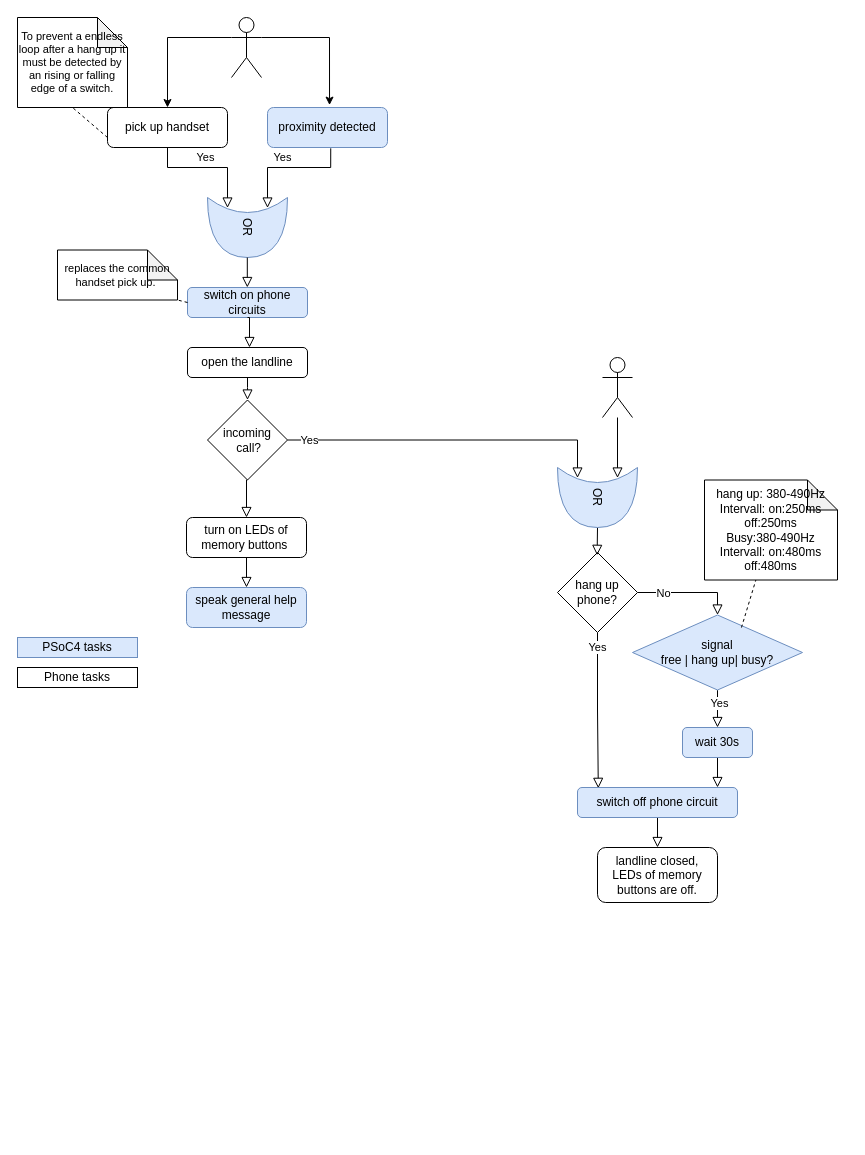
Before: doc/Speak2meFlow.drawio in myslide/speak2me, a draw.io diagram. Source tidied: cells renumbered, new cells numbered last; positions are measured from the earlier drawing's top-left corner, leaving out a move shared by most shapes. Both pictures are drawn from the tidied source at 100%, with x=0, y=0 at pixel (17, 17).
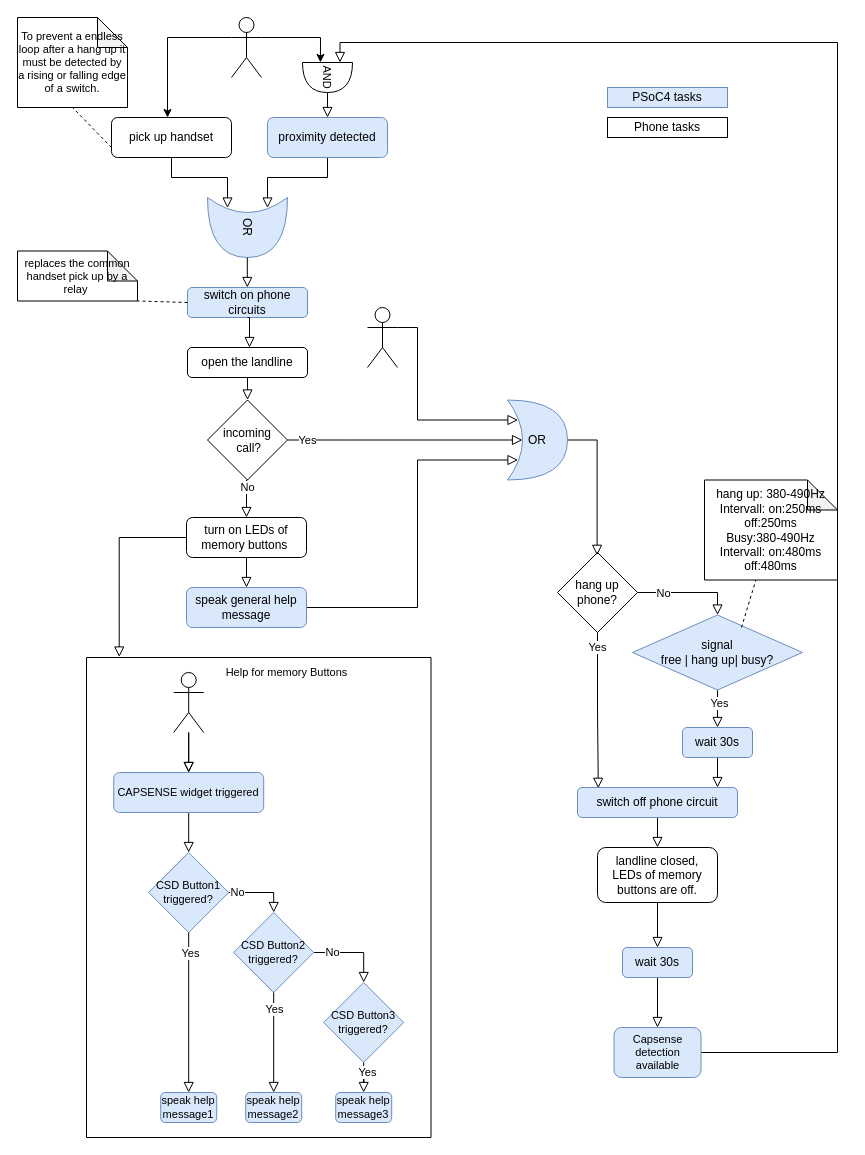
The same page after the edit.

Unchanged cells that the change refers to:
```xml
<mxCell id="4" value="&lt;div&gt;OR&lt;/div&gt;" style="shape=xor;whiteSpace=wrap;html=1;rotation=90;fillColor=#dae8fc;strokeColor=#6c8ebf;" parent="1" vertex="1">
  <mxGeometry x="200" y="170" width="60" height="80" as="geometry" />
</mxCell>
<mxCell id="5" value="speak general help message" style="rounded=1;whiteSpace=wrap;html=1;fillColor=#dae8fc;strokeColor=#6c8ebf;" parent="1" vertex="1">
  <mxGeometry x="169" y="570" width="120" height="40" as="geometry" />
</mxCell>
<mxCell id="14" value="turn on LEDs of memory buttons&amp;nbsp;" style="rounded=1;whiteSpace=wrap;html=1;" parent="1" vertex="1">
  <mxGeometry x="169" y="500" width="120" height="40" as="geometry" />
</mxCell>
<mxCell id="33" style="shape=umlActor;verticalLabelPosition=bottom;verticalAlign=top;html=1;outlineConnect=0;" parent="1" vertex="1">
  <mxGeometry x="214" width="30" height="60" as="geometry" />
</mxCell>
<mxCell id="36" value="&lt;div&gt;landline closed, &lt;br&gt;&lt;/div&gt;&lt;div&gt;LEDs of memory buttons are off.&lt;/div&gt;" style="rounded=1;whiteSpace=wrap;html=1;" parent="1" vertex="1">
  <mxGeometry x="580" y="830" width="120" height="55" as="geometry" />
</mxCell>
<mxCell id="41" value="&lt;div&gt;incoming&lt;/div&gt;&lt;div&gt;&amp;nbsp;call?&lt;/div&gt;" style="rhombus;whiteSpace=wrap;html=1;" parent="1" vertex="1">
  <mxGeometry x="190" y="382.5" width="80" height="80" as="geometry" />
</mxCell>
```

Change to the diagram source:
```diff
@@
+    <mxCell id="8" style="edgeStyle=orthogonalEdgeStyle;shape=connector;rounded=0;jettySize=auto;html=1;exitX=0.5;exitY=1;exitDx=0;exitDy=0;entryX=0.175;entryY=0.75;entryDx=0;entryDy=0;entryPerimeter=0;shadow=0;labelBackgroundColor=none;strokeColor=default;strokeWidth=1;fontFamily=Helvetica;fontSize=11;fontColor=default;endArrow=block;endFill=0;endSize=8;" parent="1" edge="1" source="2" target="4">
+      <mxGeometry relative="1" as="geometry" />
+    </mxCell>
     <mxCell id="2" value="pick up handset" style="rounded=1;whiteSpace=wrap;html=1;fontSize=12;glass=0;strokeWidth=1;shadow=0;" parent="1" vertex="1">
-      <mxGeometry x="90" y="90" width="120" height="40" as="geometry" />
+      <mxGeometry x="94" y="100" width="120" height="40" as="geometry" />
     </mxCell>
@@
+    <mxCell id="47" style="edgeStyle=orthogonalEdgeStyle;shape=connector;rounded=0;jettySize=auto;html=1;entryX=0.175;entryY=0.75;entryDx=0;entryDy=0;entryPerimeter=0;shadow=0;labelBackgroundColor=default;strokeColor=default;strokeWidth=1;fontFamily=Helvetica;fontSize=11;fontColor=default;endArrow=block;endFill=0;endSize=8;" parent="1" edge="1" source="5" target="44">
+      <mxGeometry relative="1" as="geometry">
+        <Array as="points">
+          <mxPoint x="400" y="590" />
+          <mxPoint x="400" y="443" />
+          <mxPoint x="500" y="443" />
+        </Array>
+      </mxGeometry>
+    </mxCell>
@@
+    <mxCell id="9" style="edgeStyle=orthogonalEdgeStyle;shape=connector;rounded=0;jettySize=auto;html=1;exitX=0.5;exitY=1;exitDx=0;exitDy=0;entryX=0.175;entryY=0.25;entryDx=0;entryDy=0;entryPerimeter=0;shadow=0;labelBackgroundColor=none;strokeColor=default;strokeWidth=1;fontFamily=Helvetica;fontSize=11;fontColor=default;endArrow=block;endFill=0;endSize=8;" parent="1" edge="1" source="6" target="4">
+      <mxGeometry relative="1" as="geometry" />
+    </mxCell>
     <mxCell id="6" value="proximity detected" style="rounded=1;whiteSpace=wrap;html=1;fillColor=#dae8fc;strokeColor=#6c8ebf;" parent="1" vertex="1">
-      <mxGeometry x="250" y="90" width="120" height="40" as="geometry" />
+      <mxGeometry x="250" y="100" width="120" height="40" as="geometry" />
     </mxCell>
@@
-    <mxCell id="8" value="Yes" style="rounded=0;html=1;jettySize=auto;fontSize=11;endArrow=block;endFill=0;endSize=8;strokeWidth=1;shadow=0;labelBackgroundColor=none;edgeStyle=orthogonalEdgeStyle;entryX=0.175;entryY=0.75;entryDx=0;entryDy=0;entryPerimeter=0;exitX=0.5;exitY=1;exitDx=0;exitDy=0;" parent="1" edge="1" source="2" target="4">
-      <mxGeometry x="-0.03" y="10" relative="1" as="geometry">
-        <Array as="points">
-          <mxPoint x="150" y="150" />
-          <mxPoint x="210" y="150" />
-        </Array>
-      </mxGeometry>
-    </mxCell>
-    <mxCell id="9" value="Yes" style="rounded=0;html=1;jettySize=auto;fontSize=11;endArrow=block;endFill=0;endSize=8;strokeWidth=1;shadow=0;labelBackgroundColor=none;edgeStyle=orthogonalEdgeStyle;entryX=0.175;entryY=0.25;entryDx=0;entryDy=0;entryPerimeter=0;exitX=0.527;exitY=1.02;exitDx=0;exitDy=0;exitPerimeter=0;" parent="1" edge="1" source="6" target="4">
-      <mxGeometry x="0.09" y="-10" relative="1" as="geometry">
-        <Array as="points">
-          <mxPoint x="313" y="150" />
-          <mxPoint x="250" y="150" />
-        </Array>
-      </mxGeometry>
-    </mxCell>
@@
+    <mxCell id="48" style="edgeStyle=orthogonalEdgeStyle;shape=connector;rounded=0;jettySize=auto;html=1;exitX=0;exitY=0.5;exitDx=0;exitDy=0;entryX=0.095;entryY=-0.001;entryDx=0;entryDy=0;entryPerimeter=0;shadow=0;labelBackgroundColor=default;strokeColor=default;strokeWidth=1;fontFamily=Helvetica;fontSize=11;fontColor=default;endArrow=block;endFill=0;endSize=8;" parent="1" edge="1" source="14" target="50">
+      <mxGeometry relative="1" as="geometry">
+        <Array as="points">
+          <mxPoint x="102" y="520" />
+        </Array>
+      </mxGeometry>
+    </mxCell>
@@
     <mxCell id="15" value="&lt;div&gt;PSoC4 tasks&lt;/div&gt;" style="rounded=0;whiteSpace=wrap;html=1;fillColor=#dae8fc;strokeColor=#6c8ebf;" parent="1" vertex="1">
-      <mxGeometry y="620" width="120" height="20" as="geometry" />
+      <mxGeometry x="590" y="70" width="120" height="20" as="geometry" />
     </mxCell>
     <mxCell id="16" value="Phone tasks" style="rounded=0;whiteSpace=wrap;html=1;" parent="1" vertex="1">
-      <mxGeometry y="650" width="120" height="20" as="geometry" />
+      <mxGeometry x="590" y="100" width="120" height="20" as="geometry" />
     </mxCell>
@@
-    <mxCell id="29" style="edgeStyle=orthogonalEdgeStyle;shape=connector;rounded=0;jettySize=auto;html=1;entryX=0.175;entryY=0.25;entryDx=0;entryDy=0;entryPerimeter=0;shadow=0;labelBackgroundColor=none;strokeColor=default;strokeWidth=1;fontFamily=Helvetica;fontSize=11;fontColor=default;endArrow=block;endFill=0;endSize=8;" parent="1" edge="1" source="30" target="44">
-      <mxGeometry relative="1" as="geometry" />
+    <mxCell id="29" style="edgeStyle=orthogonalEdgeStyle;shape=connector;rounded=0;jettySize=auto;html=1;entryX=0.175;entryY=0.25;entryDx=0;entryDy=0;entryPerimeter=0;shadow=0;labelBackgroundColor=none;strokeColor=default;strokeWidth=1;fontFamily=Helvetica;fontSize=11;fontColor=default;endArrow=block;endFill=0;endSize=8;exitX=1;exitY=0.3333333333333333;exitDx=0;exitDy=0;exitPerimeter=0;" parent="1" edge="1" source="30" target="44">
+      <mxGeometry relative="1" as="geometry">
+        <Array as="points">
+          <mxPoint x="400" y="310" />
+          <mxPoint x="400" y="403" />
+          <mxPoint x="500" y="403" />
+        </Array>
+      </mxGeometry>
     </mxCell>
     <mxCell id="30" style="shape=umlActor;verticalLabelPosition=bottom;verticalAlign=top;html=1;outlineConnect=0;" parent="1" vertex="1">
-      <mxGeometry x="585" y="340" width="30" height="60" as="geometry" />
+      <mxGeometry x="350" y="290" width="30" height="60" as="geometry" />
     </mxCell>
@@
-    <mxCell id="32" style="edgeStyle=orthogonalEdgeStyle;rounded=0;jettySize=auto;html=1;exitX=1;exitY=0.3333333333333333;exitDx=0;exitDy=0;exitPerimeter=0;entryX=0.517;entryY=-0.06;entryDx=0;entryDy=0;entryPerimeter=0;" parent="1" edge="1" source="33" target="6">
+    <mxCell id="32" style="edgeStyle=orthogonalEdgeStyle;rounded=0;jettySize=auto;html=1;exitX=1;exitY=0.3333333333333333;exitDx=0;exitDy=0;exitPerimeter=0;entryX=-0.002;entryY=0.641;entryDx=0;entryDy=0;entryPerimeter=0;" parent="1" edge="1" source="33" target="74">
       <mxGeometry relative="1" as="geometry" />
     </mxCell>
@@
+    <mxCell id="49" style="edgeStyle=orthogonalEdgeStyle;shape=connector;rounded=0;jettySize=auto;html=1;exitX=0.5;exitY=1;exitDx=0;exitDy=0;entryX=0.5;entryY=0;entryDx=0;entryDy=0;shadow=0;labelBackgroundColor=default;strokeColor=default;strokeWidth=1;fontFamily=Helvetica;fontSize=11;fontColor=default;endArrow=block;endFill=0;endSize=8;" parent="1" edge="1" source="36" target="72">
+      <mxGeometry relative="1" as="geometry" />
+    </mxCell>
@@
-    <mxCell id="38" style="edgeStyle=orthogonalEdgeStyle;shape=connector;rounded=0;jettySize=auto;html=1;exitX=1;exitY=0.5;exitDx=0;exitDy=0;entryX=0.175;entryY=0.75;entryDx=0;entryDy=0;entryPerimeter=0;shadow=0;labelBackgroundColor=none;strokeColor=default;strokeWidth=1;fontFamily=Helvetica;fontSize=11;fontColor=default;endArrow=block;endFill=0;endSize=8;" parent="1" edge="1" source="41" target="44">
+    <mxCell id="38" style="edgeStyle=orthogonalEdgeStyle;shape=connector;rounded=0;jettySize=auto;html=1;exitX=1;exitY=0.5;exitDx=0;exitDy=0;entryX=0.25;entryY=0.5;entryDx=0;entryDy=0;entryPerimeter=0;shadow=0;labelBackgroundColor=none;strokeColor=default;strokeWidth=1;fontFamily=Helvetica;fontSize=11;fontColor=default;endArrow=block;endFill=0;endSize=8;" parent="1" edge="1" source="41" target="44">
       <mxGeometry relative="1" as="geometry">
         <Array as="points">
-          <mxPoint x="560" y="422" />
+          <mxPoint x="330" y="423" />
+          <mxPoint x="330" y="423" />
         </Array>
       </mxGeometry>
     </mxCell>
     <mxCell id="39" value="Yes" style="edgeLabel;html=1;align=center;verticalAlign=middle;fontSize=11;fontFamily=Helvetica;fontColor=default;" parent="38" vertex="1">
       <mxGeometry x="-0.55" y="-2" relative="1" as="geometry">
-        <mxPoint x="-53" y="-2" as="offset" />
+        <mxPoint x="-34" y="-2" as="offset" />
       </mxGeometry>
     </mxCell>
-    <mxCell id="40" style="edgeStyle=orthogonalEdgeStyle;shape=connector;rounded=0;jettySize=auto;html=1;exitX=0.5;exitY=1;exitDx=0;exitDy=0;entryX=0.5;entryY=0;entryDx=0;entryDy=0;shadow=0;labelBackgroundColor=none;strokeColor=default;strokeWidth=1;fontFamily=Helvetica;fontSize=11;fontColor=default;endArrow=block;endFill=0;endSize=8;" parent="1" edge="1" source="41" target="14">
-      <mxGeometry relative="1" as="geometry" />
+    <mxCell id="40" value="No" style="edgeStyle=orthogonalEdgeStyle;shape=connector;rounded=0;jettySize=auto;html=1;exitX=0.5;exitY=1;exitDx=0;exitDy=0;entryX=0.5;entryY=0;entryDx=0;entryDy=0;shadow=0;labelBackgroundColor=default;strokeColor=default;strokeWidth=1;fontFamily=Helvetica;fontSize=11;fontColor=default;endArrow=block;endFill=0;endSize=8;" parent="1" edge="1" source="41" target="14">
+      <mxGeometry x="-0.56" y="1" relative="1" as="geometry">
+        <Array as="points">
+          <mxPoint x="229" y="462" />
+        </Array>
+      </mxGeometry>
     </mxCell>
@@
-    <mxCell id="42" value="replaces the common handset pick up.&amp;nbsp; " style="shape=note;whiteSpace=wrap;html=1;backgroundOutline=1;darkOpacity=0.05;fontFamily=Helvetica;fontSize=11;fontColor=default;" parent="1" vertex="1">
-      <mxGeometry x="40" y="232.5" width="120" height="50" as="geometry" />
+    <mxCell id="42" value="replaces the common handset pick up by a relay&amp;nbsp; " style="shape=note;whiteSpace=wrap;html=1;backgroundOutline=1;darkOpacity=0.05;fontFamily=Helvetica;fontSize=11;fontColor=default;" parent="1" vertex="1">
+      <mxGeometry y="233.5" width="120" height="50" as="geometry" />
     </mxCell>
@@
-    <mxCell id="44" value="&lt;div&gt;OR&lt;/div&gt;" style="shape=xor;whiteSpace=wrap;html=1;rotation=90;fillColor=#dae8fc;strokeColor=#6c8ebf;" parent="1" vertex="1">
-      <mxGeometry x="550" y="440" width="60" height="80" as="geometry" />
+    <mxCell id="44" value="&lt;div&gt;OR&lt;/div&gt;" style="shape=xor;whiteSpace=wrap;html=1;rotation=0;fillColor=#dae8fc;strokeColor=#6c8ebf;" parent="1" vertex="1">
+      <mxGeometry x="490" y="382.5" width="60" height="80" as="geometry" />
     </mxCell>
-    <mxCell id="45" value="To prevent a endless loop after a hang up it must be detected by an rising or falling edge of a switch." style="shape=note;whiteSpace=wrap;html=1;backgroundOutline=1;darkOpacity=0.05;fontFamily=Helvetica;fontSize=11;fontColor=default;" parent="1" vertex="1">
+    <mxCell id="45" value="To prevent a endless loop after a hang up it must be detected by a rising or falling edge of a switch." style="shape=note;whiteSpace=wrap;html=1;backgroundOutline=1;darkOpacity=0.05;fontFamily=Helvetica;fontSize=11;fontColor=default;" parent="1" vertex="1">
       <mxGeometry width="110" height="90" as="geometry" />
     </mxCell>
@@
+    <mxCell id="50" style="swimlane;startSize=0;fontFamily=Helvetica;fontSize=11;fontColor=default;" parent="1" vertex="1">
+      <mxGeometry x="69" y="640" width="344.5" height="480" as="geometry" />
+    </mxCell>
+    <mxCell id="51" value="CSD Button1 triggered?" style="rhombus;whiteSpace=wrap;html=1;fontFamily=Helvetica;fontSize=11;fillColor=#dae8fc;strokeColor=#6c8ebf;" parent="50" vertex="1">
+      <mxGeometry x="62.2" y="195" width="80" height="80" as="geometry" />
+    </mxCell>
+    <mxCell id="52" value="CSD Button3 triggered?" style="rhombus;whiteSpace=wrap;html=1;fontFamily=Helvetica;fontSize=11;fillColor=#dae8fc;strokeColor=#6c8ebf;" parent="50" vertex="1">
+      <mxGeometry x="237.2" y="325" width="80" height="80" as="geometry" />
+    </mxCell>
+    <mxCell id="53" value="No" style="edgeStyle=orthogonalEdgeStyle;shape=connector;rounded=0;jettySize=auto;html=1;exitX=1;exitY=0.5;exitDx=0;exitDy=0;entryX=0.5;entryY=0;entryDx=0;entryDy=0;shadow=0;labelBackgroundColor=default;strokeColor=default;strokeWidth=1;fontFamily=Helvetica;fontSize=11;fontColor=default;endArrow=block;endFill=0;endSize=8;" parent="50" edge="1" source="54" target="52">
+      <mxGeometry x="-0.53" relative="1" as="geometry" />
+    </mxCell>
+    <mxCell id="54" value="CSD Button2 triggered?" style="rhombus;whiteSpace=wrap;html=1;fontFamily=Helvetica;fontSize=11;fillColor=#dae8fc;strokeColor=#6c8ebf;" parent="50" vertex="1">
+      <mxGeometry x="147.2" y="255" width="80" height="80" as="geometry" />
+    </mxCell>
+    <mxCell id="55" value="No" style="edgeStyle=orthogonalEdgeStyle;shape=connector;rounded=0;jettySize=auto;html=1;exitX=1;exitY=0.5;exitDx=0;exitDy=0;entryX=0.5;entryY=0;entryDx=0;entryDy=0;shadow=0;labelBackgroundColor=default;strokeColor=default;strokeWidth=1;fontFamily=Helvetica;fontSize=11;fontColor=default;endArrow=block;endFill=0;endSize=8;" parent="50" edge="1" source="51" target="54">
+      <mxGeometry x="-0.73" relative="1" as="geometry" />
+    </mxCell>
+    <mxCell id="56" style="shape=umlActor;verticalLabelPosition=bottom;verticalAlign=top;html=1;outlineConnect=0;fontFamily=Helvetica;fontSize=11;fontColor=default;" parent="50" vertex="1">
+      <mxGeometry x="87.2" y="15" width="30" height="60" as="geometry" />
+    </mxCell>
+    <mxCell id="57" style="edgeStyle=orthogonalEdgeStyle;shape=connector;rounded=0;jettySize=auto;html=1;entryX=0.5;entryY=0;entryDx=0;entryDy=0;shadow=0;labelBackgroundColor=default;strokeColor=default;strokeWidth=1;fontFamily=Helvetica;fontSize=11;fontColor=default;endArrow=block;endFill=0;endSize=8;" parent="50" edge="1" source="58" target="51">
+      <mxGeometry relative="1" as="geometry" />
+    </mxCell>
+    <mxCell id="58" value="CAPSENSE widget triggered" style="rounded=1;whiteSpace=wrap;html=1;fontFamily=Helvetica;fontSize=11;fillColor=#dae8fc;strokeColor=#6c8ebf;" parent="50" vertex="1">
+      <mxGeometry x="27.2" y="115" width="150" height="40" as="geometry" />
+    </mxCell>
+    <mxCell id="59" style="edgeStyle=orthogonalEdgeStyle;shape=connector;rounded=0;jettySize=auto;html=1;shadow=0;labelBackgroundColor=default;strokeColor=default;strokeWidth=1;fontFamily=Helvetica;fontSize=11;fontColor=default;endArrow=block;endFill=0;endSize=8;" parent="50" edge="1" source="56" target="58">
+      <mxGeometry relative="1" as="geometry" />
+    </mxCell>
+    <mxCell id="60" style="edgeStyle=orthogonalEdgeStyle;shape=connector;rounded=0;jettySize=auto;html=1;shadow=0;labelBackgroundColor=default;strokeColor=default;strokeWidth=1;fontFamily=Helvetica;fontSize=11;fontColor=default;endArrow=block;endFill=0;endSize=8;" parent="50" edge="1" source="56" target="58">
+      <mxGeometry relative="1" as="geometry" />
+    </mxCell>
+    <mxCell id="61" value="speak help message1" style="rounded=1;whiteSpace=wrap;html=1;fontFamily=Helvetica;fontSize=11;fillColor=#dae8fc;strokeColor=#6c8ebf;" parent="50" vertex="1">
+      <mxGeometry x="74.2" y="435" width="56" height="30" as="geometry" />
+    </mxCell>
+    <mxCell id="62" style="edgeStyle=orthogonalEdgeStyle;shape=connector;rounded=0;jettySize=auto;html=1;exitX=0.5;exitY=1;exitDx=0;exitDy=0;shadow=0;labelBackgroundColor=default;strokeColor=default;strokeWidth=1;fontFamily=Helvetica;fontSize=11;fontColor=default;endArrow=block;endFill=0;endSize=8;" parent="50" edge="1" source="51" target="61">
+      <mxGeometry relative="1" as="geometry" />
+    </mxCell>
+    <mxCell id="63" value="Yes" style="edgeLabel;html=1;align=center;verticalAlign=middle;fontSize=11;fontFamily=Helvetica;fontColor=default;" parent="62" vertex="1">
+      <mxGeometry x="-0.75" y="1" relative="1" as="geometry" />
+    </mxCell>
+    <mxCell id="64" value="speak help message2" style="rounded=1;whiteSpace=wrap;html=1;fontFamily=Helvetica;fontSize=11;fillColor=#dae8fc;strokeColor=#6c8ebf;" parent="50" vertex="1">
+      <mxGeometry x="159.2" y="435" width="56" height="30" as="geometry" />
+    </mxCell>
+    <mxCell id="65" style="edgeStyle=orthogonalEdgeStyle;shape=connector;rounded=0;jettySize=auto;html=1;entryX=0.5;entryY=0;entryDx=0;entryDy=0;shadow=0;labelBackgroundColor=default;strokeColor=default;strokeWidth=1;fontFamily=Helvetica;fontSize=11;fontColor=default;endArrow=block;endFill=0;endSize=8;" parent="50" edge="1" source="54" target="64">
+      <mxGeometry relative="1" as="geometry" />
+    </mxCell>
+    <mxCell id="66" value="Yes" style="edgeLabel;html=1;align=center;verticalAlign=middle;fontSize=11;fontFamily=Helvetica;fontColor=default;" parent="65" vertex="1">
+      <mxGeometry x="-0.67" relative="1" as="geometry" />
+    </mxCell>
+    <mxCell id="67" value="speak help message3" style="rounded=1;whiteSpace=wrap;html=1;fontFamily=Helvetica;fontSize=11;fillColor=#dae8fc;strokeColor=#6c8ebf;" parent="50" vertex="1">
+      <mxGeometry x="249.2" y="435" width="56" height="30" as="geometry" />
+    </mxCell>
+    <mxCell id="68" value="Yes" style="edgeStyle=orthogonalEdgeStyle;shape=connector;rounded=0;jettySize=auto;html=1;shadow=0;labelBackgroundColor=default;strokeColor=default;strokeWidth=1;fontFamily=Helvetica;fontSize=11;fontColor=default;endArrow=block;endFill=0;endSize=8;" parent="50" edge="1" source="52" target="67">
+      <mxGeometry x="0.2" y="4" relative="1" as="geometry" />
+    </mxCell>
+    <mxCell id="69" value="Help for memory Buttons" style="text;html=1;align=center;verticalAlign=middle;strokeColor=none;fillColor=none;fontSize=11;fontFamily=Helvetica;fontColor=default;" parent="50" vertex="1">
+      <mxGeometry x="125.2" width="150" height="30" as="geometry" />
+    </mxCell>
+    <mxCell id="70" style="edgeStyle=orthogonalEdgeStyle;shape=connector;rounded=0;jettySize=auto;html=1;entryX=0;entryY=0.25;entryDx=0;entryDy=0;entryPerimeter=0;shadow=0;labelBackgroundColor=default;strokeColor=default;strokeWidth=1;fontFamily=Helvetica;fontSize=11;fontColor=default;endArrow=block;endFill=0;endSize=8;exitX=1;exitY=0.5;exitDx=0;exitDy=0;" parent="1" edge="1" source="75" target="74">
+      <mxGeometry relative="1" as="geometry">
+        <Array as="points">
+          <mxPoint x="820" y="1035" />
+          <mxPoint x="820" y="25" />
+          <mxPoint x="323" y="25" />
+        </Array>
+      </mxGeometry>
+    </mxCell>
+    <mxCell id="71" style="edgeStyle=orthogonalEdgeStyle;shape=connector;rounded=0;jettySize=auto;html=1;exitX=0.5;exitY=1;exitDx=0;exitDy=0;entryX=0.5;entryY=0;entryDx=0;entryDy=0;shadow=0;labelBackgroundColor=default;strokeColor=default;strokeWidth=1;fontFamily=Helvetica;fontSize=11;fontColor=default;endArrow=block;endFill=0;endSize=8;" parent="1" edge="1" source="72" target="75">
+      <mxGeometry relative="1" as="geometry" />
+    </mxCell>
+    <mxCell id="72" value="wait 30s" style="rounded=1;whiteSpace=wrap;html=1;fillColor=#dae8fc;strokeColor=#6c8ebf;" parent="1" vertex="1">
+      <mxGeometry x="605" y="930" width="70" height="30" as="geometry" />
+    </mxCell>
+    <mxCell id="73" style="edgeStyle=orthogonalEdgeStyle;shape=connector;rounded=0;jettySize=auto;html=1;exitX=1;exitY=0.5;exitDx=0;exitDy=0;exitPerimeter=0;entryX=0.5;entryY=0;entryDx=0;entryDy=0;shadow=0;labelBackgroundColor=default;strokeColor=default;strokeWidth=1;fontFamily=Helvetica;fontSize=11;fontColor=default;endArrow=block;endFill=0;endSize=8;" parent="1" edge="1" source="74" target="6">
+      <mxGeometry relative="1" as="geometry" />
+    </mxCell>
+    <mxCell id="74" value="AND" style="shape=or;whiteSpace=wrap;html=1;fontFamily=Helvetica;fontSize=11;fontColor=default;rotation=90;" parent="1" vertex="1">
+      <mxGeometry x="295" y="35" width="30" height="50" as="geometry" />
+    </mxCell>
+    <mxCell id="75" value="Capsense detection available" style="rounded=1;whiteSpace=wrap;html=1;fontFamily=Helvetica;fontSize=11;fillColor=#dae8fc;strokeColor=#6c8ebf;" parent="1" vertex="1">
+      <mxGeometry x="596.5" y="1010" width="87" height="50" as="geometry" />
+    </mxCell>
```
